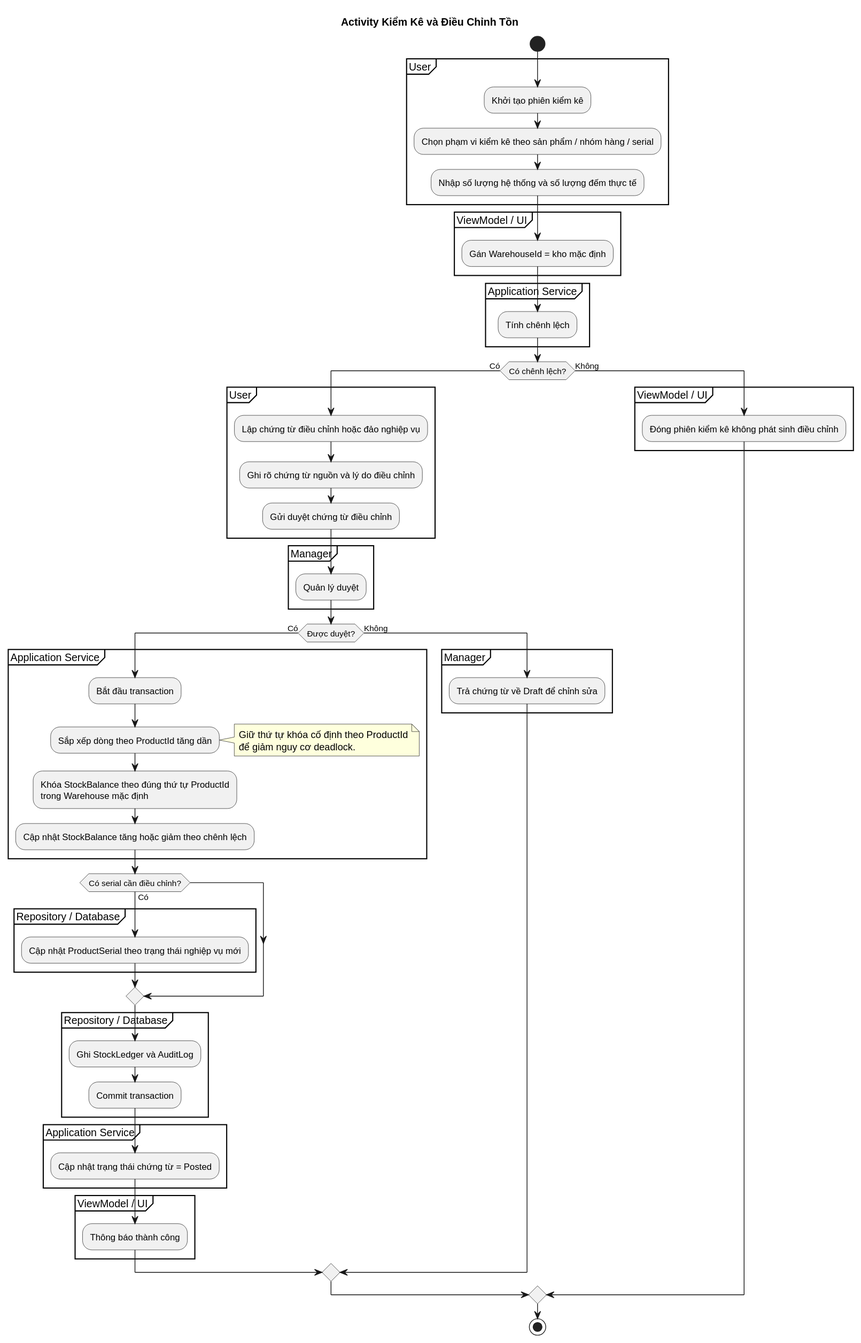
This is Diagram/plantuml-svg/Activity_KiemKe_DieuChinh.svg from TheGiver262/WarePro, a PlantUML export, as it was before one commit. Source of this version:
```plantuml
@startuml
title Activity Kiểm Kê và Điều Chỉnh Tồn
start

partition "User" {
  :Khởi tạo phiên kiểm kê;
  :Chọn phạm vi kiểm kê theo sản phẩm / nhóm hàng / serial;
  :Nhập số lượng hệ thống và số lượng đếm thực tế;
}
partition "ViewModel / UI" {
  :Gán WarehouseId = kho mặc định;
}
partition "Application Service" {
  :Tính chênh lệch;
}

if (Có chênh lệch?) then (Có)
  partition "User" {
    :Lập chứng từ điều chỉnh hoặc đảo nghiệp vụ;
    :Ghi rõ chứng từ nguồn và lý do điều chỉnh;
    :Gửi duyệt chứng từ điều chỉnh;
  }
  partition "Manager" {
    :Quản lý duyệt;
  }

  if (Được duyệt?) then (Có)
    partition "Application Service" {
      :Bắt đầu transaction;
      :Sắp xếp dòng theo ProductId tăng dần;
      note right
        Giữ thứ tự khóa cố định theo ProductId
        để giảm nguy cơ deadlock.
      end note
      :Khóa StockBalance theo đúng thứ tự ProductId\ntrong Warehouse mặc định;
      :Cập nhật StockBalance tăng hoặc giảm theo chênh lệch;
    }

    if (Có serial cần điều chỉnh?) then (Có)
      partition "Repository / Database" {
        :Cập nhật ProductSerial theo trạng thái nghiệp vụ mới;
      }
    endif

    partition "Repository / Database" {
      :Ghi StockLedger và AuditLog;
      :Commit transaction;
    }
    partition "Application Service" {
      :Cập nhật trạng thái chứng từ = Posted;
    }
    partition "ViewModel / UI" {
      :Thông báo thành công;
    }
  else (Không)
    partition "Manager" {
      :Trả chứng từ về Draft để chỉnh sửa;
    }
  endif
else (Không)
  partition "ViewModel / UI" {
    :Đóng phiên kiểm kê không phát sinh điều chỉnh;
  }
endif

stop
@enduml
```
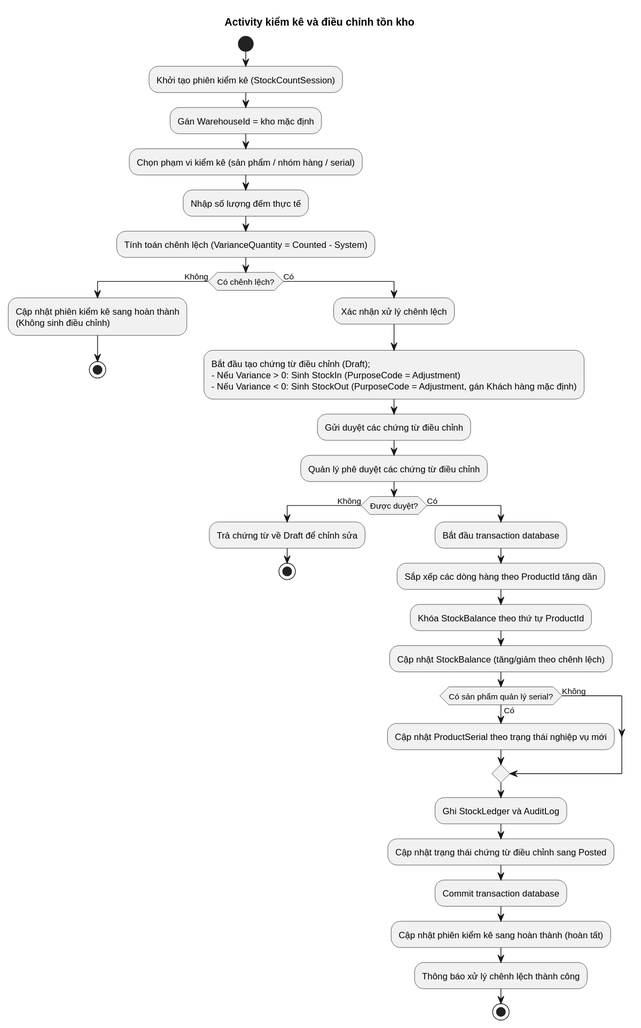
Above is the later version.

Change to the diagram source:
```diff
@@ -1,67 +1,38 @@
 @startuml
-title Activity Kiểm Kê và Điều Chỉnh Tồn
+title Activity kiểm kê và điều chỉnh tồn kho
+
 start
-
-partition "User" {
-  :Khởi tạo phiên kiểm kê;
-  :Chọn phạm vi kiểm kê theo sản phẩm / nhóm hàng / serial;
-  :Nhập số lượng hệ thống và số lượng đếm thực tế;
-}
-partition "ViewModel / UI" {
-  :Gán WarehouseId = kho mặc định;
-}
-partition "Application Service" {
-  :Tính chênh lệch;
-}
-
-if (Có chênh lệch?) then (Có)
-  partition "User" {
-    :Lập chứng từ điều chỉnh hoặc đảo nghiệp vụ;
-    :Ghi rõ chứng từ nguồn và lý do điều chỉnh;
-    :Gửi duyệt chứng từ điều chỉnh;
-  }
-  partition "Manager" {
-    :Quản lý duyệt;
-  }
-
-  if (Được duyệt?) then (Có)
-    partition "Application Service" {
-      :Bắt đầu transaction;
-      :Sắp xếp dòng theo ProductId tăng dần;
-      note right
-        Giữ thứ tự khóa cố định theo ProductId
-        để giảm nguy cơ deadlock.
-      end note
-      :Khóa StockBalance theo đúng thứ tự ProductId\ntrong Warehouse mặc định;
-      :Cập nhật StockBalance tăng hoặc giảm theo chênh lệch;
-    }
-
-    if (Có serial cần điều chỉnh?) then (Có)
-      partition "Repository / Database" {
-        :Cập nhật ProductSerial theo trạng thái nghiệp vụ mới;
-      }
+:Khởi tạo phiên kiểm kê (StockCountSession);
+:Gán WarehouseId = kho mặc định;
+:Chọn phạm vi kiểm kê (sản phẩm / nhóm hàng / serial);
+:Nhập số lượng đếm thực tế;
+:Tính toán chênh lệch (VarianceQuantity = Counted - System);
+if (Có chênh lệch?) then (Không)
+  :Cập nhật phiên kiểm kê sang hoàn thành\n(Không sinh điều chỉnh);
+  stop
+else (Có)
+  :Xác nhận xử lý chênh lệch;
+  :Bắt đầu tạo chứng từ điều chỉnh (Draft);\n- Nếu Variance > 0: Sinh StockIn (PurposeCode = Adjustment)\n- Nếu Variance < 0: Sinh StockOut (PurposeCode = Adjustment, gán Khách hàng mặc định);
+  :Gửi duyệt các chứng từ điều chỉnh;
+  :Quản lý phê duyệt các chứng từ điều chỉnh;
+  if (Được duyệt?) then (Không)
+    :Trả chứng từ về Draft để chỉnh sửa;
+    stop
+  else (Có)
+    :Bắt đầu transaction database;
+    :Sắp xếp các dòng hàng theo ProductId tăng dần;
+    :Khóa StockBalance theo thứ tự ProductId;
+    :Cập nhật StockBalance (tăng/giảm theo chênh lệch);
+    if (Có sản phẩm quản lý serial?) then (Có)
+      :Cập nhật ProductSerial theo trạng thái nghiệp vụ mới;
+    else (Không)
     endif
-
-    partition "Repository / Database" {
-      :Ghi StockLedger và AuditLog;
-      :Commit transaction;
-    }
-    partition "Application Service" {
-      :Cập nhật trạng thái chứng từ = Posted;
-    }
-    partition "ViewModel / UI" {
-      :Thông báo thành công;
-    }
-  else (Không)
-    partition "Manager" {
-      :Trả chứng từ về Draft để chỉnh sửa;
-    }
+    :Ghi StockLedger và AuditLog;
+    :Cập nhật trạng thái chứng từ điều chỉnh sang Posted;
+    :Commit transaction database;
+    :Cập nhật phiên kiểm kê sang hoàn thành (hoàn tất);
+    :Thông báo xử lý chênh lệch thành công;
+    stop
   endif
-else (Không)
-  partition "ViewModel / UI" {
-    :Đóng phiên kiểm kê không phát sinh điều chỉnh;
-  }
 endif
-
-stop
 @enduml
```
